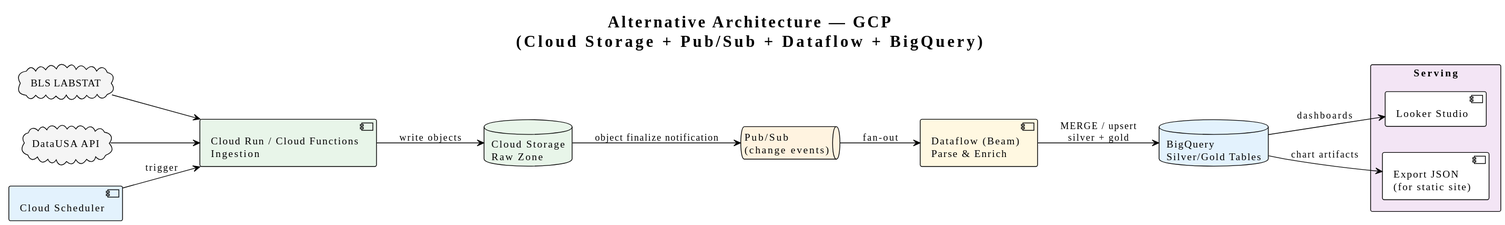
Before: site/diagrams/alt-gcp.svg, a diagram exported from PlantUML (TechR10n/fomc-agent).
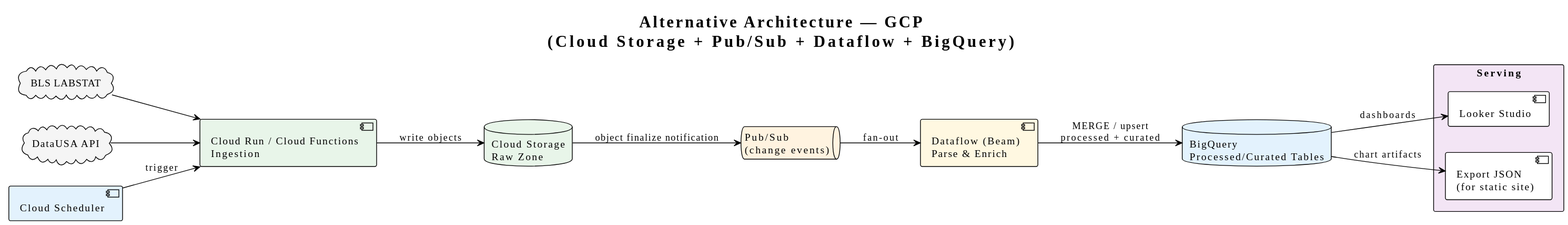
Above is the later version.

Diff of the diagram source:
```diff
@@ -12,7 +12,7 @@
 
 queue "Pub/Sub\n(change events)" as PubSub #FFF3E0
 component "Dataflow (Beam)\nParse & Enrich" as Dataflow #FFF8E1
-database "BigQuery\nSilver/Gold Tables" as BQ #E3F2FD
+database "BigQuery\nProcessed/Curated Tables" as BQ #E3F2FD
 
 rectangle "Serving" as Serving #F3E5F5 {
   component "Looker Studio" as Looker
@@ -25,7 +25,7 @@
 Ingest --> Raw : write objects
 Raw --> PubSub : object finalize notification
 PubSub --> Dataflow : fan-out
-Dataflow --> BQ : MERGE / upsert\nsilver + gold
+Dataflow --> BQ : MERGE / upsert\nprocessed + curated
 BQ --> Looker : dashboards
 BQ --> Export : chart artifacts
 @enduml
```
